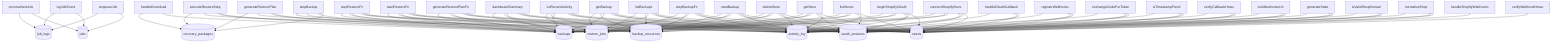
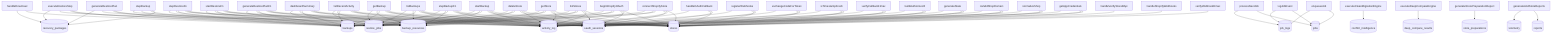
graph TD
  stepBackup["stepBackup"] --> recovery_packagesDB[("recovery_packages")]
  stepBackup["stepBackup"] --> backupsDB[("backups")]
  stepBackup["stepBackup"] --> backup_resourcesDB[("backup_resources")]
  stepBackup["stepBackup"] --> activity_logDB[("activity_log")]
  handleDownload["handleDownload"] --> backupsDB[("backups")]
  handleDownload["handleDownload"] --> recovery_packagesDB[("recovery_packages")]
-   enqueueJob["enqueueJob"] --> jobsDB[("jobs")]
-   enqueueJob["enqueueJob"] --> job_logsDB[("job_logs")]
-   logJobEvent["logJobEvent"] --> jobsDB[("jobs")]
-   logJobEvent["logJobEvent"] --> job_logsDB[("job_logs")]
-   processNextJob["processNextJob"] --> jobsDB[("jobs")]
-   processNextJob["processNextJob"] --> job_logsDB[("job_logs")]
  generateRestorePlan["generateRestorePlan"] --> backupsDB[("backups")]
  generateRestorePlan["generateRestorePlan"] --> restore_jobsDB[("restore_jobs")]
  generateRestorePlan["generateRestorePlan"] --> activity_logDB[("activity_log")]
  generateRestorePlan["generateRestorePlan"] --> recovery_packagesDB[("recovery_packages")]
  executeRestoreStep["executeRestoreStep"] --> backupsDB[("backups")]
  executeRestoreStep["executeRestoreStep"] --> restore_jobsDB[("restore_jobs")]
  executeRestoreStep["executeRestoreStep"] --> activity_logDB[("activity_log")]
  executeRestoreStep["executeRestoreStep"] --> recovery_packagesDB[("recovery_packages")]
+   enqueueJob["enqueueJob"] --> jobsDB[("jobs")]
+   enqueueJob["enqueueJob"] --> job_logsDB[("job_logs")]
+   logJobEvent["logJobEvent"] --> jobsDB[("jobs")]
+   logJobEvent["logJobEvent"] --> job_logsDB[("job_logs")]
+   processNextJob["processNextJob"] --> jobsDB[("jobs")]
+   processNextJob["processNextJob"] --> job_logsDB[("job_logs")]
+   executeCleanMigrationEngine["executeCleanMigrationEngine"] --> conflict_intelligenceDB[("conflict_intelligence")]
+   executeDeepCompareEngine["executeDeepCompareEngine"] --> deep_compare_resultsDB[("deep_compare_results")]
+   generateStorePreparationReport["generateStorePreparationReport"] --> store_preparationsDB[("store_preparations")]
+   generateAndStoreReports["generateAndStoreReports"] --> reportsDB[("reports")]
+   generateAndStoreReports["generateAndStoreReports"] --> telemetryDB[("telemetry")]
+   getAppCredentials["getAppCredentials"] --> oauth_sessionsDB[("oauth_sessions")]
+   getAppCredentials["getAppCredentials"] --> storesDB[("stores")]
+   getAppCredentials["getAppCredentials"] --> activity_logDB[("activity_log")]
  normalizeShop["normalizeShop"] --> oauth_sessionsDB[("oauth_sessions")]
  normalizeShop["normalizeShop"] --> storesDB[("stores")]
  normalizeShop["normalizeShop"] --> activity_logDB[("activity_log")]
  isValidShopDomain["isValidShopDomain"] --> oauth_sessionsDB[("oauth_sessions")]
  isValidShopDomain["isValidShopDomain"] --> storesDB[("stores")]
  isValidShopDomain["isValidShopDomain"] --> activity_logDB[("activity_log")]
  generateState["generateState"] --> oauth_sessionsDB[("oauth_sessions")]
  generateState["generateState"] --> storesDB[("stores")]
  generateState["generateState"] --> activity_logDB[("activity_log")]
  buildAuthorizeUrl["buildAuthorizeUrl"] --> oauth_sessionsDB[("oauth_sessions")]
  buildAuthorizeUrl["buildAuthorizeUrl"] --> storesDB[("stores")]
  buildAuthorizeUrl["buildAuthorizeUrl"] --> activity_logDB[("activity_log")]
  verifyCallbackHmac["verifyCallbackHmac"] --> oauth_sessionsDB[("oauth_sessions")]
  verifyCallbackHmac["verifyCallbackHmac"] --> storesDB[("stores")]
  verifyCallbackHmac["verifyCallbackHmac"] --> activity_logDB[("activity_log")]
  isTimestampFresh["isTimestampFresh"] --> oauth_sessionsDB[("oauth_sessions")]
  isTimestampFresh["isTimestampFresh"] --> storesDB[("stores")]
  isTimestampFresh["isTimestampFresh"] --> activity_logDB[("activity_log")]
  exchangeCodeForToken["exchangeCodeForToken"] --> oauth_sessionsDB[("oauth_sessions")]
  exchangeCodeForToken["exchangeCodeForToken"] --> storesDB[("stores")]
  exchangeCodeForToken["exchangeCodeForToken"] --> activity_logDB[("activity_log")]
  registerWebhooks["registerWebhooks"] --> oauth_sessionsDB[("oauth_sessions")]
  registerWebhooks["registerWebhooks"] --> storesDB[("stores")]
  registerWebhooks["registerWebhooks"] --> activity_logDB[("activity_log")]
  handleOAuthCallback["handleOAuthCallback"] --> oauth_sessionsDB[("oauth_sessions")]
  handleOAuthCallback["handleOAuthCallback"] --> storesDB[("stores")]
  handleOAuthCallback["handleOAuthCallback"] --> activity_logDB[("activity_log")]
  verifyWebhookHmac["verifyWebhookHmac"] --> storesDB[("stores")]
  handleShopifyWebhooks["handleShopifyWebhooks"] --> storesDB[("stores")]
  connectShopifyStore["connectShopifyStore"] --> storesDB[("stores")]
  connectShopifyStore["connectShopifyStore"] --> activity_logDB[("activity_log")]
  connectShopifyStore["connectShopifyStore"] --> oauth_sessionsDB[("oauth_sessions")]
  connectShopifyStore["connectShopifyStore"] --> backupsDB[("backups")]
  connectShopifyStore["connectShopifyStore"] --> backup_resourcesDB[("backup_resources")]
  connectShopifyStore["connectShopifyStore"] --> restore_jobsDB[("restore_jobs")]
  beginShopifyOAuth["beginShopifyOAuth"] --> storesDB[("stores")]
  beginShopifyOAuth["beginShopifyOAuth"] --> activity_logDB[("activity_log")]
  beginShopifyOAuth["beginShopifyOAuth"] --> oauth_sessionsDB[("oauth_sessions")]
  beginShopifyOAuth["beginShopifyOAuth"] --> backupsDB[("backups")]
  beginShopifyOAuth["beginShopifyOAuth"] --> backup_resourcesDB[("backup_resources")]
  beginShopifyOAuth["beginShopifyOAuth"] --> restore_jobsDB[("restore_jobs")]
  listStores["listStores"] --> storesDB[("stores")]
  listStores["listStores"] --> activity_logDB[("activity_log")]
  listStores["listStores"] --> oauth_sessionsDB[("oauth_sessions")]
  listStores["listStores"] --> backupsDB[("backups")]
  listStores["listStores"] --> backup_resourcesDB[("backup_resources")]
  listStores["listStores"] --> restore_jobsDB[("restore_jobs")]
  getStore["getStore"] --> storesDB[("stores")]
  getStore["getStore"] --> activity_logDB[("activity_log")]
  getStore["getStore"] --> oauth_sessionsDB[("oauth_sessions")]
  getStore["getStore"] --> backupsDB[("backups")]
  getStore["getStore"] --> backup_resourcesDB[("backup_resources")]
  getStore["getStore"] --> restore_jobsDB[("restore_jobs")]
  deleteStore["deleteStore"] --> storesDB[("stores")]
  deleteStore["deleteStore"] --> activity_logDB[("activity_log")]
  deleteStore["deleteStore"] --> oauth_sessionsDB[("oauth_sessions")]
  deleteStore["deleteStore"] --> backupsDB[("backups")]
  deleteStore["deleteStore"] --> backup_resourcesDB[("backup_resources")]
  deleteStore["deleteStore"] --> restore_jobsDB[("restore_jobs")]
  startBackup["startBackup"] --> storesDB[("stores")]
  startBackup["startBackup"] --> activity_logDB[("activity_log")]
  startBackup["startBackup"] --> oauth_sessionsDB[("oauth_sessions")]
  startBackup["startBackup"] --> backupsDB[("backups")]
  startBackup["startBackup"] --> backup_resourcesDB[("backup_resources")]
  startBackup["startBackup"] --> restore_jobsDB[("restore_jobs")]
  stepBackupFn["stepBackupFn"] --> storesDB[("stores")]
  stepBackupFn["stepBackupFn"] --> activity_logDB[("activity_log")]
  stepBackupFn["stepBackupFn"] --> oauth_sessionsDB[("oauth_sessions")]
  stepBackupFn["stepBackupFn"] --> backupsDB[("backups")]
  stepBackupFn["stepBackupFn"] --> backup_resourcesDB[("backup_resources")]
  stepBackupFn["stepBackupFn"] --> restore_jobsDB[("restore_jobs")]
  listBackups["listBackups"] --> storesDB[("stores")]
  listBackups["listBackups"] --> activity_logDB[("activity_log")]
  listBackups["listBackups"] --> oauth_sessionsDB[("oauth_sessions")]
  listBackups["listBackups"] --> backupsDB[("backups")]
  listBackups["listBackups"] --> backup_resourcesDB[("backup_resources")]
  listBackups["listBackups"] --> restore_jobsDB[("restore_jobs")]
  getBackup["getBackup"] --> storesDB[("stores")]
  getBackup["getBackup"] --> activity_logDB[("activity_log")]
  getBackup["getBackup"] --> oauth_sessionsDB[("oauth_sessions")]
  getBackup["getBackup"] --> backupsDB[("backups")]
  getBackup["getBackup"] --> backup_resourcesDB[("backup_resources")]
  getBackup["getBackup"] --> restore_jobsDB[("restore_jobs")]
  listRecentActivity["listRecentActivity"] --> storesDB[("stores")]
  listRecentActivity["listRecentActivity"] --> activity_logDB[("activity_log")]
  listRecentActivity["listRecentActivity"] --> oauth_sessionsDB[("oauth_sessions")]
  listRecentActivity["listRecentActivity"] --> backupsDB[("backups")]
  listRecentActivity["listRecentActivity"] --> backup_resourcesDB[("backup_resources")]
  listRecentActivity["listRecentActivity"] --> restore_jobsDB[("restore_jobs")]
  dashboardSummary["dashboardSummary"] --> storesDB[("stores")]
  dashboardSummary["dashboardSummary"] --> activity_logDB[("activity_log")]
  dashboardSummary["dashboardSummary"] --> oauth_sessionsDB[("oauth_sessions")]
  dashboardSummary["dashboardSummary"] --> backupsDB[("backups")]
  dashboardSummary["dashboardSummary"] --> backup_resourcesDB[("backup_resources")]
  dashboardSummary["dashboardSummary"] --> restore_jobsDB[("restore_jobs")]
  generateRestorePlanFn["generateRestorePlanFn"] --> storesDB[("stores")]
  generateRestorePlanFn["generateRestorePlanFn"] --> activity_logDB[("activity_log")]
  generateRestorePlanFn["generateRestorePlanFn"] --> oauth_sessionsDB[("oauth_sessions")]
  generateRestorePlanFn["generateRestorePlanFn"] --> backupsDB[("backups")]
  generateRestorePlanFn["generateRestorePlanFn"] --> backup_resourcesDB[("backup_resources")]
  generateRestorePlanFn["generateRestorePlanFn"] --> restore_jobsDB[("restore_jobs")]
  startRestoreFn["startRestoreFn"] --> storesDB[("stores")]
  startRestoreFn["startRestoreFn"] --> activity_logDB[("activity_log")]
  startRestoreFn["startRestoreFn"] --> oauth_sessionsDB[("oauth_sessions")]
  startRestoreFn["startRestoreFn"] --> backupsDB[("backups")]
  startRestoreFn["startRestoreFn"] --> backup_resourcesDB[("backup_resources")]
  startRestoreFn["startRestoreFn"] --> restore_jobsDB[("restore_jobs")]
  stepRestoreFn["stepRestoreFn"] --> storesDB[("stores")]
  stepRestoreFn["stepRestoreFn"] --> activity_logDB[("activity_log")]
  stepRestoreFn["stepRestoreFn"] --> oauth_sessionsDB[("oauth_sessions")]
  stepRestoreFn["stepRestoreFn"] --> backupsDB[("backups")]
  stepRestoreFn["stepRestoreFn"] --> backup_resourcesDB[("backup_resources")]
  stepRestoreFn["stepRestoreFn"] --> restore_jobsDB[("restore_jobs")]
+   handleVerifyStoreBApi["handleVerifyStoreBApi"] --> storesDB[("stores")]
